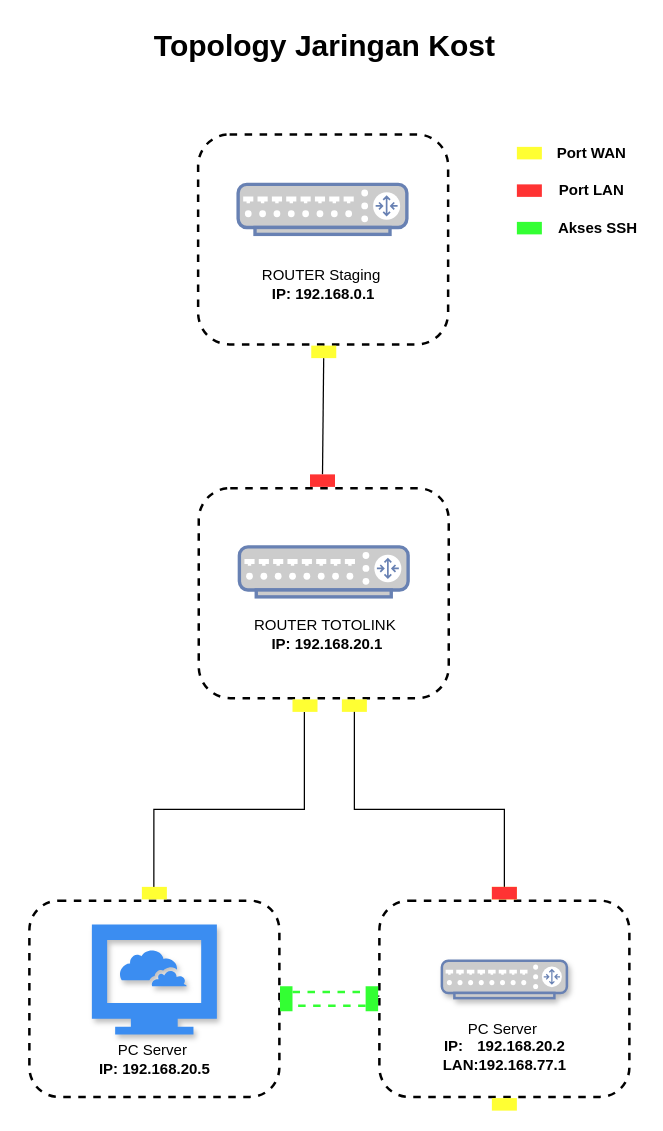
Earlier version of the draw.io diagram Drawio/Adidraw.drawio (kingz-adit/Adidrawio). Source tidied: cells renumbered, new cells numbered last; positions are measured from the earlier drawing's top-left corner, leaving out a move shared by most shapes. Both pictures are drawn from the tidied source at 125%, with x=0, y=0 at pixel (29, 21).
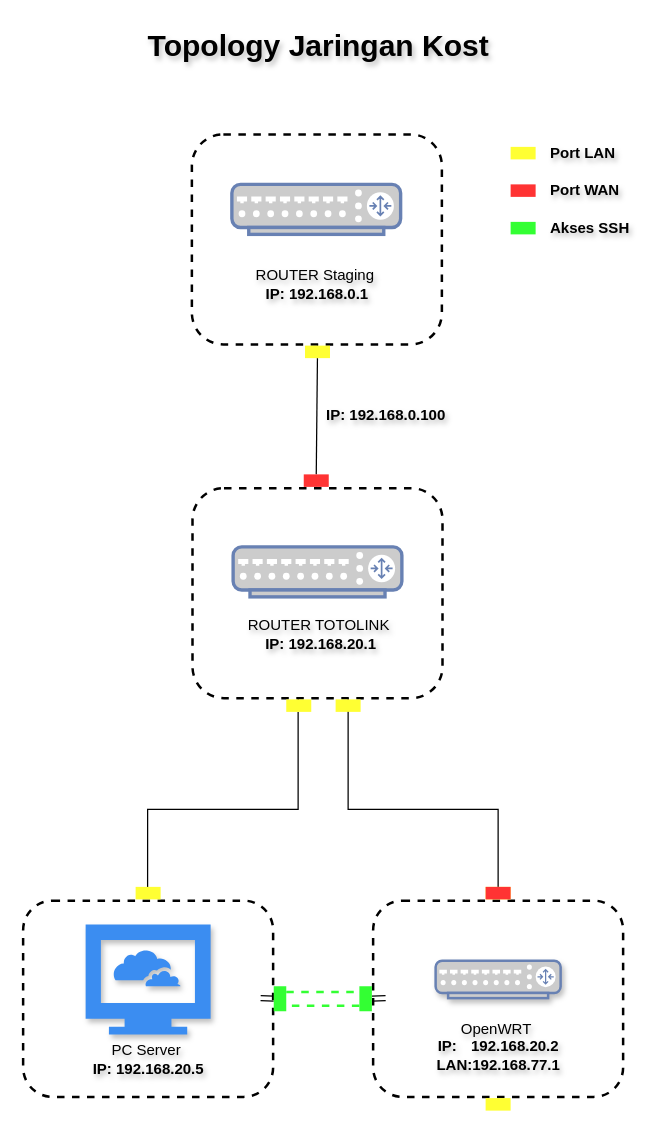
Above is the later version.

Diff of the diagram source:
```diff
@@
+    <mxCell id="40" style="group;" parent="1" vertex="1">
+      <mxGeometry x="-5" width="490" height="871" as="geometry" />
+    </mxCell>
+    <mxCell id="5" style="rounded=1;whiteSpace=wrap;html=1;dashed=1;strokeWidth=2;perimeterSpacing=10;glass=0;shadow=0;textShadow=1;labelBorderColor=none;" parent="40" vertex="1">
+      <mxGeometry x="280" y="703" width="200" height="157" as="geometry" />
+    </mxCell>
+    <mxCell id="13" style="rounded=1;whiteSpace=wrap;html=1;dashed=1;strokeWidth=2;perimeterSpacing=10;glass=0;shadow=0;textShadow=1;" parent="40" vertex="1">
+      <mxGeometry y="703" width="200" height="157" as="geometry" />
+    </mxCell>
+    <mxCell id="17" style="fontColor=#0066CC;verticalAlign=top;verticalLabelPosition=bottom;labelPosition=center;align=center;html=1;fillColor=#CCCCCC;strokeColor=#6881B3;gradientColor=none;gradientDirection=north;strokeWidth=2;shape=mxgraph.networks.router;shadow=1;textShadow=1;" parent="40" vertex="1">
+      <mxGeometry x="330" y="751" width="100" height="30" as="geometry" />
+    </mxCell>
+    <mxCell id="22" value="Topology Jaringan Kost" style="text;strokeColor=none;fillColor=none;html=1;fontSize=24;fontStyle=1;verticalAlign=middle;align=center;textShadow=1;" parent="40" vertex="1">
+      <mxGeometry x="92.8" width="285.5" height="40" as="geometry" />
+    </mxCell>
+    <mxCell id="24" style="sketch=0;html=1;strokeColor=none;shadow=1;fillColor=#3B8DF1;verticalAlign=top;labelPosition=center;verticalLabelPosition=bottom;shape=mxgraph.gcp2.cloud_computer;textShadow=1;" parent="40" vertex="1">
+      <mxGeometry x="50" y="722" width="100" height="88" as="geometry" />
+    </mxCell>
+    <mxCell id="25" value="PC Server&amp;nbsp;&lt;div&gt;&lt;b&gt;IP: 192.168.20.5&lt;/b&gt;&lt;/div&gt;" style="text;html=1;align=center;verticalAlign=middle;strokeColor=none;fillColor=none;textShadow=1;" parent="40" vertex="1">
+      <mxGeometry x="45" y="810" width="110" height="40" as="geometry" />
+    </mxCell>
+    <mxCell id="26" value="OpenWRT&amp;nbsp;&lt;div&gt;&lt;b&gt;IP:&lt;span style=&quot;white-space: pre;&quot;&gt;&#9;&lt;/span&gt;192.168.20.2&lt;br&gt;LAN:192.168.77.1&lt;/b&gt;&lt;/div&gt;" style="text;html=1;align=center;verticalAlign=middle;strokeColor=none;fillColor=none;textShadow=1;" parent="40" vertex="1">
+      <mxGeometry x="320" y="790" width="120" height="60" as="geometry" />
+    </mxCell>
+    <mxCell id="36" value="&lt;b&gt;Port LAN&lt;/b&gt;" style="text;strokeColor=none;align=left;fillColor=none;html=1;verticalAlign=middle;whiteSpace=wrap;rounded=0;textShadow=1;" parent="40" vertex="1">
+      <mxGeometry x="420" y="90" width="60" height="30" as="geometry" />
+    </mxCell>
+    <mxCell id="37" value="&lt;b&gt;Port WAN&lt;/b&gt;" style="text;strokeColor=none;align=left;fillColor=none;html=1;verticalAlign=middle;whiteSpace=wrap;rounded=0;textShadow=1;" parent="40" vertex="1">
+      <mxGeometry x="420" y="120" width="60" height="30" as="geometry" />
+    </mxCell>
+    <mxCell id="39" value="&lt;b&gt;Akses SSH&lt;/b&gt;" style="text;strokeColor=none;align=left;fillColor=none;html=1;verticalAlign=middle;whiteSpace=wrap;rounded=0;textShadow=1;" parent="40" vertex="1">
+      <mxGeometry x="420" y="150" width="70" height="30" as="geometry" />
+    </mxCell>
+    <mxCell id="41" style="group;" parent="40" vertex="1">
+      <mxGeometry x="90" y="90" width="320" height="781" as="geometry" />
+    </mxCell>
-    <mxCell id="2" style="shape=link;html=1;rounded=0;" parent="1" edge="1" source="34">
+    <mxCell id="2" style="shape=link;html=1;rounded=0;textShadow=1;" parent="41" edge="1" source="34">
       <mxGeometry relative="1" as="geometry">
-        <mxPoint x="290" y="781" as="targetPoint" />
+        <mxPoint x="200" y="691" as="targetPoint" />
       </mxGeometry>
     </mxCell>
-    <mxCell id="3" style="shape=link;html=1;rounded=0;" parent="1" edge="1" target="32">
+    <mxCell id="3" style="shape=link;html=1;rounded=0;textShadow=1;" parent="41" edge="1" target="32">
       <mxGeometry relative="1" as="geometry">
-        <mxPoint x="190" y="781" as="sourcePoint" />
+        <mxPoint x="100" y="691" as="sourcePoint" />
       </mxGeometry>
     </mxCell>
-    <mxCell id="4" style="endArrow=none;html=1;rounded=0;exitX=0.479;exitY=0.249;exitDx=0;exitDy=0;edgeStyle=orthogonalEdgeStyle;exitPerimeter=0;" parent="1" edge="1" source="23" target="27">
+    <mxCell id="4" style="endArrow=none;html=1;rounded=0;exitX=0.479;exitY=0.249;exitDx=0;exitDy=0;edgeStyle=orthogonalEdgeStyle;exitPerimeter=0;textShadow=1;" parent="41" edge="1" source="23" target="27">
       <mxGeometry relative="1" as="geometry">
         <Array as="points">
-          <mxPoint x="100" y="630" />
-          <mxPoint x="220" y="630" />
+          <mxPoint x="10" y="540" />
+          <mxPoint x="130" y="540" />
         </Array>
       </mxGeometry>
     </mxCell>
-    <mxCell id="5" style="rounded=1;whiteSpace=wrap;html=1;dashed=1;strokeWidth=2;perimeterSpacing=10;glass=0;shadow=0;textShadow=1;labelBorderColor=none;" parent="1" vertex="1">
-      <mxGeometry x="280" y="703" width="200" height="157" as="geometry" />
-    </mxCell>
-    <mxCell id="6" style="endArrow=none;html=1;rounded=0;entryX=0.5;entryY=0;entryDx=0;entryDy=0;entryPerimeter=0;" parent="1" edge="1" source="20" target="28">
+    <mxCell id="6" style="endArrow=none;html=1;rounded=0;entryX=0.5;entryY=0;entryDx=0;entryDy=0;entryPerimeter=0;textShadow=1;" parent="41" edge="1" source="20" target="28">
       <mxGeometry relative="1" as="geometry" />
     </mxCell>
-    <mxCell id="7" style="endArrow=none;html=1;rounded=0;entryX=0.5;entryY=0;entryDx=0;entryDy=0;entryPerimeter=0;" parent="1" edge="1" source="28" target="16">
+    <mxCell id="7" style="endArrow=none;html=1;rounded=0;entryX=0.5;entryY=0;entryDx=0;entryDy=0;entryPerimeter=0;textShadow=1;" parent="41" edge="1" source="28" target="16">
       <mxGeometry relative="1" as="geometry" />
     </mxCell>
-    <mxCell id="8" style="rounded=1;whiteSpace=wrap;html=1;dashed=1;strokeWidth=2;perimeterSpacing=10;glass=0;shadow=0;textShadow=1;" parent="1" vertex="1">
-      <mxGeometry x="135" y="90" width="200" height="168" as="geometry" />
+    <mxCell id="8" style="rounded=1;whiteSpace=wrap;html=1;dashed=1;strokeWidth=2;perimeterSpacing=10;glass=0;shadow=0;textShadow=1;" parent="41" vertex="1">
+      <mxGeometry x="45" width="200" height="168" as="geometry" />
     </mxCell>
-    <mxCell id="9" style="endArrow=none;html=1;rounded=0;entryX=0.5;entryY=0;entryDx=0;entryDy=0;entryPerimeter=0;" parent="1" edge="1" source="16" target="18">
+    <mxCell id="9" style="endArrow=none;html=1;rounded=0;entryX=0.5;entryY=0;entryDx=0;entryDy=0;entryPerimeter=0;textShadow=1;" parent="41" edge="1" source="16" target="18">
       <mxGeometry relative="1" as="geometry" />
     </mxCell>
-    <mxCell id="10" style="endArrow=none;html=1;rounded=0;edgeStyle=orthogonalEdgeStyle;" parent="1" edge="1">
+    <mxCell id="10" style="endArrow=none;html=1;rounded=0;edgeStyle=orthogonalEdgeStyle;textShadow=1;" parent="41" edge="1">
       <mxGeometry relative="1" as="geometry">
-        <mxPoint x="380" y="700" as="sourcePoint" />
-        <mxPoint x="260" y="523" as="targetPoint" />
+        <mxPoint x="290" y="610" as="sourcePoint" />
+        <mxPoint x="170" y="433" as="targetPoint" />
         <Array as="points">
-          <mxPoint x="380" y="630" />
-          <mxPoint x="260" y="630" />
+          <mxPoint x="290" y="540" />
+          <mxPoint x="170" y="540" />
         </Array>
       </mxGeometry>
     </mxCell>
-    <mxCell id="11" style="endArrow=none;html=1;rounded=0;exitX=0.479;exitY=0.249;exitDx=0;exitDy=0;edgeStyle=orthogonalEdgeStyle;exitPerimeter=0;" parent="1" edge="1" source="27">
+    <mxCell id="11" style="endArrow=none;html=1;rounded=0;exitX=0.479;exitY=0.249;exitDx=0;exitDy=0;edgeStyle=orthogonalEdgeStyle;exitPerimeter=0;textShadow=1;" parent="41" edge="1" source="27">
       <mxGeometry relative="1" as="geometry">
-        <mxPoint x="220" y="523" as="targetPoint" />
+        <mxPoint x="130" y="433" as="targetPoint" />
       </mxGeometry>
     </mxCell>
-    <mxCell id="12" style="rounded=1;whiteSpace=wrap;html=1;dashed=1;strokeWidth=2;perimeterSpacing=10;glass=0;shadow=0;textShadow=1;" parent="1" vertex="1">
-      <mxGeometry x="135.5" y="373" width="200" height="168" as="geometry" />
+    <mxCell id="12" style="rounded=1;whiteSpace=wrap;html=1;dashed=1;strokeWidth=2;perimeterSpacing=10;glass=0;shadow=0;textShadow=1;" parent="41" vertex="1">
+      <mxGeometry x="45.5" y="283" width="200" height="168" as="geometry" />
     </mxCell>
-    <mxCell id="13" style="rounded=1;whiteSpace=wrap;html=1;dashed=1;strokeWidth=2;perimeterSpacing=10;glass=0;shadow=0;textShadow=1;" parent="1" vertex="1">
-      <mxGeometry y="703" width="200" height="157" as="geometry" />
-    </mxCell>
-    <mxCell id="14" style="rounded=0;whiteSpace=wrap;html=1;fillColor=#FFFF33;strokeColor=none;" parent="1" vertex="1">
-      <mxGeometry x="370" y="692" width="20" height="10" as="geometry" />
+    <mxCell id="14" style="rounded=0;whiteSpace=wrap;html=1;fillColor=#FFFF33;strokeColor=none;textShadow=1;" parent="41" vertex="1">
+      <mxGeometry x="280" y="602" width="20" height="10" as="geometry" />
     </mxCell>
-    <mxCell id="15" style="rounded=0;whiteSpace=wrap;html=1;fillColor=#FFFF33;strokeColor=none;" parent="1" vertex="1">
-      <mxGeometry x="250" y="542" width="20" height="10" as="geometry" />
+    <mxCell id="15" style="rounded=0;whiteSpace=wrap;html=1;fillColor=#FFFF33;strokeColor=none;textShadow=1;" parent="41" vertex="1">
+      <mxGeometry x="160" y="452" width="20" height="10" as="geometry" />
     </mxCell>
-    <mxCell id="16" style="rounded=0;whiteSpace=wrap;html=1;fillColor=#FF3333;strokeColor=none;" parent="1" vertex="1">
-      <mxGeometry x="224.5" y="362" width="20" height="10" as="geometry" />
+    <mxCell id="16" style="rounded=0;whiteSpace=wrap;html=1;fillColor=#FF3333;strokeColor=none;textShadow=1;" parent="41" vertex="1">
+      <mxGeometry x="134.5" y="272" width="20" height="10" as="geometry" />
     </mxCell>
-    <mxCell id="17" style="fontColor=#0066CC;verticalAlign=top;verticalLabelPosition=bottom;labelPosition=center;align=center;html=1;fillColor=#CCCCCC;strokeColor=#6881B3;gradientColor=none;gradientDirection=north;strokeWidth=2;shape=mxgraph.networks.router;shadow=1;" parent="1" vertex="1">
-      <mxGeometry x="330" y="751" width="100" height="30" as="geometry" />
-    </mxCell>
-    <mxCell id="18" style="fontColor=#0066CC;verticalAlign=top;verticalLabelPosition=bottom;labelPosition=center;align=center;html=1;outlineConnect=0;fillColor=#CCCCCC;strokeColor=#6881B3;gradientColor=none;gradientDirection=north;strokeWidth=2;shape=mxgraph.networks.router;textShadow=1;" parent="1" vertex="1">
-      <mxGeometry x="168" y="420" width="135" height="40" as="geometry" />
+    <mxCell id="18" style="fontColor=#0066CC;verticalAlign=top;verticalLabelPosition=bottom;labelPosition=center;align=center;html=1;outlineConnect=0;fillColor=#CCCCCC;strokeColor=#6881B3;gradientColor=none;gradientDirection=north;strokeWidth=2;shape=mxgraph.networks.router;textShadow=1;" parent="41" vertex="1">
+      <mxGeometry x="78" y="330" width="135" height="40" as="geometry" />
     </mxCell>
-    <mxCell id="19" value="ROUTER TOTOLINK&amp;nbsp;&lt;div&gt;&lt;b&gt;IP: 192.168.20.1&lt;/b&gt;&lt;/div&gt;" style="text;html=1;align=center;verticalAlign=middle;strokeColor=none;fillColor=none;" parent="1" vertex="1">
-      <mxGeometry x="168" y="470" width="140" height="40" as="geometry" />
+    <mxCell id="19" value="ROUTER TOTOLINK&amp;nbsp;&lt;div&gt;&lt;b&gt;IP: 192.168.20.1&lt;/b&gt;&lt;/div&gt;" style="text;html=1;align=center;verticalAlign=middle;strokeColor=none;fillColor=none;textShadow=1;" parent="41" vertex="1">
+      <mxGeometry x="78" y="380" width="140" height="40" as="geometry" />
     </mxCell>
-    <mxCell id="20" style="fontColor=#0066CC;verticalAlign=top;verticalLabelPosition=bottom;labelPosition=center;align=center;html=1;outlineConnect=0;fillColor=#CCCCCC;strokeColor=#6881B3;gradientColor=none;gradientDirection=north;strokeWidth=2;shape=mxgraph.networks.router;textShadow=1;" parent="1" vertex="1">
-      <mxGeometry x="167" y="130" width="135" height="40" as="geometry" />
+    <mxCell id="20" style="fontColor=#0066CC;verticalAlign=top;verticalLabelPosition=bottom;labelPosition=center;align=center;html=1;outlineConnect=0;fillColor=#CCCCCC;strokeColor=#6881B3;gradientColor=none;gradientDirection=north;strokeWidth=2;shape=mxgraph.networks.router;textShadow=1;" parent="41" vertex="1">
+      <mxGeometry x="77" y="40" width="135" height="40" as="geometry" />
     </mxCell>
-    <mxCell id="21" value="ROUTER Staging&amp;nbsp;&lt;div&gt;&lt;b&gt;IP: 192.168.0.1&lt;/b&gt;&lt;/div&gt;" style="text;html=1;align=center;verticalAlign=middle;strokeColor=none;fillColor=none;" parent="1" vertex="1">
-      <mxGeometry x="174.5" y="190" width="120" height="40" as="geometry" />
+    <mxCell id="21" value="ROUTER Staging&amp;nbsp;&lt;div&gt;&lt;b&gt;IP: 192.168.0.1&lt;/b&gt;&lt;/div&gt;" style="text;html=1;align=center;verticalAlign=middle;strokeColor=none;fillColor=none;textShadow=1;" parent="41" vertex="1">
+      <mxGeometry x="84.5" y="100" width="120" height="40" as="geometry" />
     </mxCell>
-    <mxCell id="22" value="Topology Jaringan Kost" style="text;strokeColor=none;fillColor=none;html=1;fontSize=24;fontStyle=1;verticalAlign=middle;align=center;" parent="1" vertex="1">
-      <mxGeometry x="92.8" width="285.5" height="40" as="geometry" />
-    </mxCell>
-    <mxCell id="23" style="rounded=0;whiteSpace=wrap;html=1;fillColor=#FFFF33;strokeColor=none;" parent="1" vertex="1">
-      <mxGeometry x="90" y="692" width="20" height="10" as="geometry" />
+    <mxCell id="23" style="rounded=0;whiteSpace=wrap;html=1;fillColor=#FFFF33;strokeColor=none;textShadow=1;" parent="41" vertex="1">
+      <mxGeometry y="602" width="20" height="10" as="geometry" />
     </mxCell>
-    <mxCell id="24" style="sketch=0;html=1;strokeColor=none;shadow=1;fillColor=#3B8DF1;verticalAlign=top;labelPosition=center;verticalLabelPosition=bottom;shape=mxgraph.gcp2.cloud_computer;" parent="1" vertex="1">
-      <mxGeometry x="50" y="722" width="100" height="88" as="geometry" />
-    </mxCell>
-    <mxCell id="25" value="PC Server&amp;nbsp;&lt;div&gt;&lt;b&gt;IP: 192.168.20.5&lt;/b&gt;&lt;/div&gt;" style="text;html=1;align=center;verticalAlign=middle;strokeColor=none;fillColor=none;" parent="1" vertex="1">
-      <mxGeometry x="45" y="810" width="110" height="40" as="geometry" />
-    </mxCell>
-    <mxCell id="26" value="PC Server&amp;nbsp;&lt;div&gt;&lt;b&gt;IP:&lt;span style=&quot;white-space: pre;&quot;&gt;&#9;&lt;/span&gt;192.168.20.2&lt;br&gt;LAN:192.168.77.1&lt;/b&gt;&lt;/div&gt;" style="text;html=1;align=center;verticalAlign=middle;strokeColor=none;fillColor=none;" parent="1" vertex="1">
-      <mxGeometry x="320" y="790" width="120" height="60" as="geometry" />
-    </mxCell>
-    <mxCell id="27" style="rounded=0;whiteSpace=wrap;html=1;fillColor=#FFFF33;strokeColor=none;" parent="1" vertex="1">
-      <mxGeometry x="210.5" y="542" width="20" height="10" as="geometry" />
+    <mxCell id="27" style="rounded=0;whiteSpace=wrap;html=1;fillColor=#FFFF33;strokeColor=none;textShadow=1;" parent="41" vertex="1">
+      <mxGeometry x="120.5" y="452" width="20" height="10" as="geometry" />
     </mxCell>
-    <mxCell id="28" style="rounded=0;whiteSpace=wrap;html=1;fillColor=#FFFF33;strokeColor=none;" parent="1" vertex="1">
-      <mxGeometry x="225.5" y="259" width="20" height="10" as="geometry" />
+    <mxCell id="28" style="rounded=0;whiteSpace=wrap;html=1;fillColor=#FFFF33;strokeColor=none;textShadow=1;" parent="41" vertex="1">
+      <mxGeometry x="135.5" y="169" width="20" height="10" as="geometry" />
     </mxCell>
-    <mxCell id="29" style="rounded=0;whiteSpace=wrap;html=1;fillColor=#FFFF33;strokeColor=none;" parent="1" vertex="1">
-      <mxGeometry x="390" y="100" width="20" height="10" as="geometry" />
+    <mxCell id="29" style="rounded=0;whiteSpace=wrap;html=1;fillColor=#FFFF33;strokeColor=none;textShadow=1;" parent="41" vertex="1">
+      <mxGeometry x="300" y="10" width="20" height="10" as="geometry" />
     </mxCell>
-    <mxCell id="30" style="rounded=0;whiteSpace=wrap;html=1;fillColor=#FF3333;strokeColor=none;" parent="1" vertex="1">
-      <mxGeometry x="390" y="130" width="20" height="10" as="geometry" />
+    <mxCell id="30" style="rounded=0;whiteSpace=wrap;html=1;fillColor=#FF3333;strokeColor=none;textShadow=1;" parent="41" vertex="1">
+      <mxGeometry x="300" y="40" width="20" height="10" as="geometry" />
     </mxCell>
-    <mxCell id="31" style="rounded=0;whiteSpace=wrap;html=1;fillColor=#FF3333;strokeColor=none;" parent="1" vertex="1">
-      <mxGeometry x="370" y="692" width="20" height="10" as="geometry" />
+    <mxCell id="31" style="rounded=0;whiteSpace=wrap;html=1;fillColor=#FF3333;strokeColor=none;textShadow=1;" parent="41" vertex="1">
+      <mxGeometry x="280" y="602" width="20" height="10" as="geometry" />
     </mxCell>
-    <mxCell id="32" style="rounded=0;whiteSpace=wrap;html=1;fillColor=#33FF33;strokeColor=none;direction=south;" parent="1" vertex="1">
-      <mxGeometry x="200.5" y="771.5" width="10" height="20" as="geometry" />
+    <mxCell id="32" style="rounded=0;whiteSpace=wrap;html=1;fillColor=#33FF33;strokeColor=none;direction=south;textShadow=1;" parent="41" vertex="1">
+      <mxGeometry x="110.5" y="681.5" width="10" height="20" as="geometry" />
     </mxCell>
-    <mxCell id="33" style="shape=link;html=1;rounded=0;width=10;strokeWidth=2;dashed=1;strokeColor=#33FF33;" parent="1" edge="1" source="32" target="34">
+    <mxCell id="33" style="shape=link;html=1;rounded=0;width=10;strokeWidth=2;dashed=1;strokeColor=#33FF33;textShadow=1;" parent="41" edge="1" source="32" target="34">
       <mxGeometry relative="1" as="geometry" />
     </mxCell>
-    <mxCell id="34" style="rounded=0;whiteSpace=wrap;html=1;fillColor=#33FF33;strokeColor=none;direction=south;" parent="1" vertex="1">
-      <mxGeometry x="269" y="771.5" width="10" height="20" as="geometry" />
+    <mxCell id="34" style="rounded=0;whiteSpace=wrap;html=1;fillColor=#33FF33;strokeColor=none;direction=south;textShadow=1;" parent="41" vertex="1">
+      <mxGeometry x="179" y="681.5" width="10" height="20" as="geometry" />
     </mxCell>
-    <mxCell id="35" style="rounded=0;whiteSpace=wrap;html=1;fillColor=#FFFF33;strokeColor=none;" parent="1" vertex="1">
-      <mxGeometry x="370" y="861" width="20" height="10" as="geometry" />
+    <mxCell id="35" style="rounded=0;whiteSpace=wrap;html=1;fillColor=#FFFF33;strokeColor=none;textShadow=1;" parent="41" vertex="1">
+      <mxGeometry x="280" y="771" width="20" height="10" as="geometry" />
     </mxCell>
-    <mxCell id="36" value="&lt;b&gt;Port WAN&lt;/b&gt;" style="text;strokeColor=none;align=center;fillColor=none;html=1;verticalAlign=middle;whiteSpace=wrap;rounded=0;" parent="1" vertex="1">
-      <mxGeometry x="420" y="90" width="60" height="30" as="geometry" />
-    </mxCell>
-    <mxCell id="37" value="&lt;b&gt;Port LAN&lt;/b&gt;" style="text;strokeColor=none;align=center;fillColor=none;html=1;verticalAlign=middle;whiteSpace=wrap;rounded=0;" parent="1" vertex="1">
-      <mxGeometry x="420" y="120" width="60" height="30" as="geometry" />
-    </mxCell>
-    <mxCell id="38" style="rounded=0;whiteSpace=wrap;html=1;fillColor=#33FF33;strokeColor=none;direction=west;" parent="1" vertex="1">
-      <mxGeometry x="390" y="160" width="20" height="10" as="geometry" />
+    <mxCell id="38" style="rounded=0;whiteSpace=wrap;html=1;fillColor=#33FF33;strokeColor=none;direction=west;textShadow=1;" parent="41" vertex="1">
+      <mxGeometry x="300" y="70" width="20" height="10" as="geometry" />
     </mxCell>
-    <mxCell id="39" value="&lt;b&gt;Akses SSH&lt;/b&gt;" style="text;strokeColor=none;align=center;fillColor=none;html=1;verticalAlign=middle;whiteSpace=wrap;rounded=0;" parent="1" vertex="1">
-      <mxGeometry x="420" y="150" width="70" height="30" as="geometry" />
-    </mxCell>
+    <mxCell id="42" value="&lt;b style=&quot;background-color: transparent; color: light-dark(rgb(0, 0, 0), rgb(255, 255, 255)); line-height: 10%;&quot;&gt;IP: 192.168.0.100&lt;/b&gt;" style="text;html=1;align=center;verticalAlign=middle;strokeColor=none;fillColor=none;textShadow=1;" parent="41" vertex="1">
+      <mxGeometry x="140" y="210" width="120" height="30" as="geometry" />
+    </mxCell>
```
